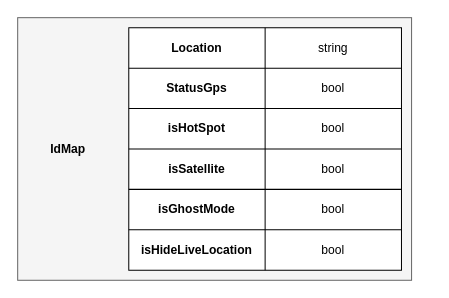
Antonet99/noSQL-Snapchat keeps this draw.io diagram as NoAM/collection-map.drawio. Above is the earlier version. Source tidied: cells renumbered, new cells numbered last; positions are measured from the earlier drawing's top-left corner, leaving out a move shared by most shapes. Both pictures are drawn from the tidied source at 101%, with x=0, y=0 at pixel (17, 17).
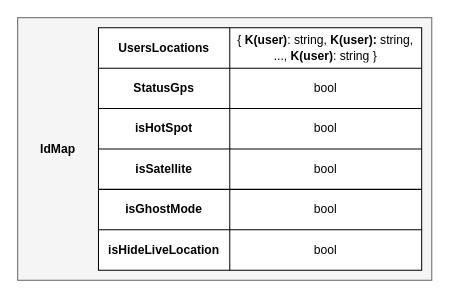
After the change.

Diff of the diagram source:
```diff
@@
     <mxCell id="2" style="rounded=0;whiteSpace=wrap;html=1;fillColor=#f5f5f5;fontColor=#333333;strokeColor=#666666;" parent="1" vertex="1">
-      <mxGeometry width="390" height="260" as="geometry" />
+      <mxGeometry width="410" height="260" as="geometry" />
     </mxCell>
     <mxCell id="3" value="&lt;b&gt;IdMap&lt;/b&gt;" style="text;html=1;strokeColor=none;fillColor=none;align=center;verticalAlign=middle;whiteSpace=wrap;rounded=0;" parent="1" vertex="1">
-      <mxGeometry x="20" y="115" width="60" height="30" as="geometry" />
+      <mxGeometry x="10" y="115" width="60" height="30" as="geometry" />
     </mxCell>
     <mxCell id="4" style="shape=table;startSize=0;childLayout=tableLayout;" parent="1" vertex="1">
-      <mxGeometry x="110" y="10" width="270" height="240" as="geometry" />
+      <mxGeometry x="80" y="10" width="320" height="240" as="geometry" />
     </mxCell>
     <mxCell id="5" style="shape=tableRow;horizontal=0;startSize=0;swimlaneHead=0;swimlaneBody=0;strokeColor=inherit;top=0;left=0;bottom=0;right=0;fillColor=none;" parent="4" vertex="1">
-      <mxGeometry width="270" height="40" as="geometry" />
+      <mxGeometry width="320" height="40" as="geometry" />
     </mxCell>
-    <mxCell id="6" value="&lt;b&gt;Location&lt;/b&gt;" style="shape=partialRectangle;html=1;whiteSpace=wrap;strokeColor=inherit;overflow=hidden;fillColor=none;top=0;left=0;bottom=0;right=0;" parent="5" vertex="1">
-      <mxGeometry width="135" height="40" as="geometry" />
+    <mxCell id="6" value="&lt;b&gt;UsersLocations&lt;/b&gt;" style="shape=partialRectangle;html=1;whiteSpace=wrap;strokeColor=inherit;overflow=hidden;fillColor=none;top=0;left=0;bottom=0;right=0;" parent="5" vertex="1">
+      <mxGeometry width="130" height="40" as="geometry" />
     </mxCell>
-    <mxCell id="7" value="string" style="shape=partialRectangle;html=1;whiteSpace=wrap;strokeColor=inherit;overflow=hidden;fillColor=none;top=0;left=0;bottom=0;right=0;" parent="5" vertex="1">
-      <mxGeometry x="135" width="135" height="40" as="geometry" />
+    <mxCell id="7" value="{ &lt;b&gt;K(user)&lt;/b&gt;: string, &lt;b&gt;K(user):&lt;/b&gt; string, ..., &lt;b&gt;K(user)&lt;/b&gt;: string }" style="shape=partialRectangle;html=1;whiteSpace=wrap;strokeColor=inherit;overflow=hidden;fillColor=none;top=0;left=0;bottom=0;right=0;" parent="5" vertex="1">
+      <mxGeometry x="130" width="190" height="40" as="geometry" />
     </mxCell>
     <mxCell id="8" style="shape=tableRow;horizontal=0;startSize=0;swimlaneHead=0;swimlaneBody=0;strokeColor=inherit;top=0;left=0;bottom=0;right=0;fillColor=none;" parent="4" vertex="1">
-      <mxGeometry y="40" width="270" height="40" as="geometry" />
+      <mxGeometry y="40" width="320" height="40" as="geometry" />
     </mxCell>
     <mxCell id="9" value="&lt;b&gt;StatusGps&lt;/b&gt;" style="shape=partialRectangle;html=1;whiteSpace=wrap;strokeColor=inherit;overflow=hidden;fillColor=none;top=0;left=0;bottom=0;right=0;" parent="8" vertex="1">
-      <mxGeometry width="135" height="40" as="geometry" />
+      <mxGeometry width="130" height="40" as="geometry" />
     </mxCell>
     <mxCell id="10" value="bool" style="shape=partialRectangle;html=1;whiteSpace=wrap;strokeColor=inherit;overflow=hidden;fillColor=none;top=0;left=0;bottom=0;right=0;" parent="8" vertex="1">
-      <mxGeometry x="135" width="135" height="40" as="geometry" />
+      <mxGeometry x="130" width="190" height="40" as="geometry" />
     </mxCell>
     <mxCell id="11" style="shape=tableRow;horizontal=0;startSize=0;swimlaneHead=0;swimlaneBody=0;strokeColor=inherit;top=0;left=0;bottom=0;right=0;fillColor=none;" parent="4" vertex="1">
-      <mxGeometry y="80" width="270" height="40" as="geometry" />
+      <mxGeometry y="80" width="320" height="40" as="geometry" />
     </mxCell>
     <mxCell id="12" value="&lt;b&gt;isHotSpot&lt;/b&gt;" style="shape=partialRectangle;html=1;whiteSpace=wrap;strokeColor=inherit;overflow=hidden;fillColor=none;top=0;left=0;bottom=0;right=0;" parent="11" vertex="1">
-      <mxGeometry width="135" height="40" as="geometry" />
+      <mxGeometry width="130" height="40" as="geometry" />
     </mxCell>
     <mxCell id="13" value="bool" style="shape=partialRectangle;html=1;whiteSpace=wrap;strokeColor=inherit;overflow=hidden;fillColor=none;top=0;left=0;bottom=0;right=0;" parent="11" vertex="1">
-      <mxGeometry x="135" width="135" height="40" as="geometry" />
+      <mxGeometry x="130" width="190" height="40" as="geometry" />
     </mxCell>
     <mxCell id="14" style="shape=tableRow;horizontal=0;startSize=0;swimlaneHead=0;swimlaneBody=0;strokeColor=inherit;top=0;left=0;bottom=0;right=0;fillColor=none;" parent="4" vertex="1">
-      <mxGeometry y="120" width="270" height="40" as="geometry" />
+      <mxGeometry y="120" width="320" height="40" as="geometry" />
     </mxCell>
     <mxCell id="15" value="&lt;b&gt;isSatellite&lt;/b&gt;" style="shape=partialRectangle;html=1;whiteSpace=wrap;strokeColor=inherit;overflow=hidden;fillColor=none;top=0;left=0;bottom=0;right=0;" parent="14" vertex="1">
-      <mxGeometry width="135" height="40" as="geometry" />
+      <mxGeometry width="130" height="40" as="geometry" />
     </mxCell>
     <mxCell id="16" value="bool" style="shape=partialRectangle;html=1;whiteSpace=wrap;strokeColor=inherit;overflow=hidden;fillColor=none;top=0;left=0;bottom=0;right=0;" parent="14" vertex="1">
-      <mxGeometry x="135" width="135" height="40" as="geometry" />
+      <mxGeometry x="130" width="190" height="40" as="geometry" />
     </mxCell>
     <mxCell id="17" style="shape=tableRow;horizontal=0;startSize=0;swimlaneHead=0;swimlaneBody=0;strokeColor=inherit;top=0;left=0;bottom=0;right=0;fillColor=none;" parent="4" vertex="1">
-      <mxGeometry y="160" width="270" height="40" as="geometry" />
+      <mxGeometry y="160" width="320" height="40" as="geometry" />
     </mxCell>
     <mxCell id="18" value="&lt;b&gt;isGhostMode&lt;/b&gt;" style="shape=partialRectangle;html=1;whiteSpace=wrap;strokeColor=inherit;overflow=hidden;fillColor=none;top=0;left=0;bottom=0;right=0;" parent="17" vertex="1">
-      <mxGeometry width="135" height="40" as="geometry" />
+      <mxGeometry width="130" height="40" as="geometry" />
     </mxCell>
     <mxCell id="19" value="bool" style="shape=partialRectangle;html=1;whiteSpace=wrap;strokeColor=inherit;overflow=hidden;fillColor=none;top=0;left=0;bottom=0;right=0;" parent="17" vertex="1">
-      <mxGeometry x="135" width="135" height="40" as="geometry" />
+      <mxGeometry x="130" width="190" height="40" as="geometry" />
     </mxCell>
     <mxCell id="20" style="shape=tableRow;horizontal=0;startSize=0;swimlaneHead=0;swimlaneBody=0;strokeColor=inherit;top=0;left=0;bottom=0;right=0;fillColor=none;" parent="4" vertex="1">
-      <mxGeometry y="200" width="270" height="40" as="geometry" />
+      <mxGeometry y="200" width="320" height="40" as="geometry" />
     </mxCell>
     <mxCell id="21" value="&lt;b&gt;isHideLiveLocation&lt;/b&gt;" style="shape=partialRectangle;html=1;whiteSpace=wrap;strokeColor=inherit;overflow=hidden;fillColor=none;top=0;left=0;bottom=0;right=0;" parent="20" vertex="1">
-      <mxGeometry width="135" height="40" as="geometry" />
+      <mxGeometry width="130" height="40" as="geometry" />
     </mxCell>
     <mxCell id="22" value="bool" style="shape=partialRectangle;html=1;whiteSpace=wrap;strokeColor=inherit;overflow=hidden;fillColor=none;top=0;left=0;bottom=0;right=0;" parent="20" vertex="1">
-      <mxGeometry x="135" width="135" height="40" as="geometry" />
+      <mxGeometry x="130" width="190" height="40" as="geometry" />
     </mxCell>
```
